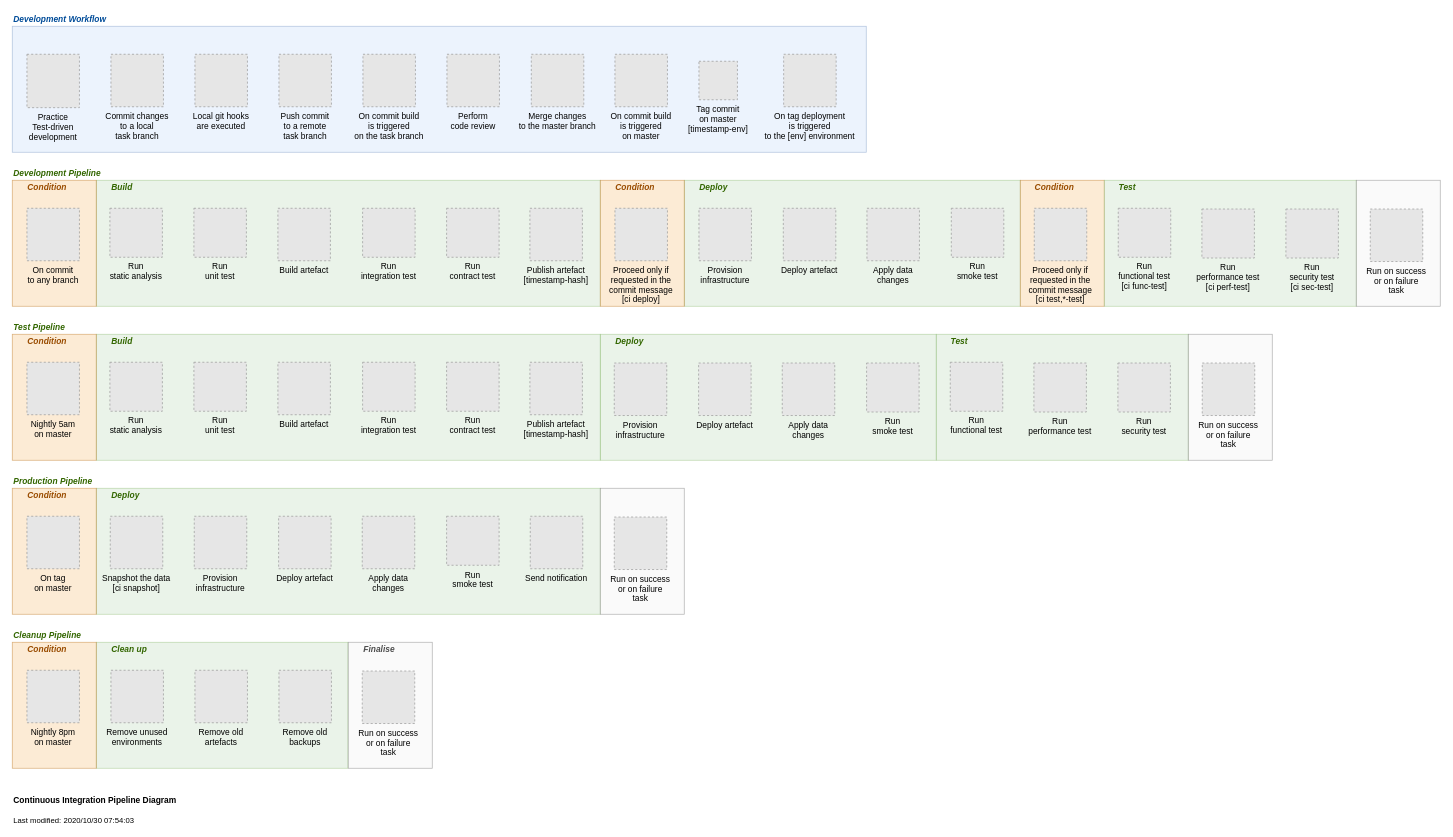
This is page "Pipelines" (1 of 2) of documentation/DevOps.drawio from nhs-england-tools/make-devops, a draw.io file, before an edit. Source tidied: cells renumbered, new cells numbered last; positions are measured from the earlier drawing's top-left corner, leaving out a move shared by most shapes. Both pictures are drawn from the tidied source at 70%, with x=0, y=0 at pixel (12, 12). Pictures stored in the file or linked from it are replaced by grey dashed boxes.
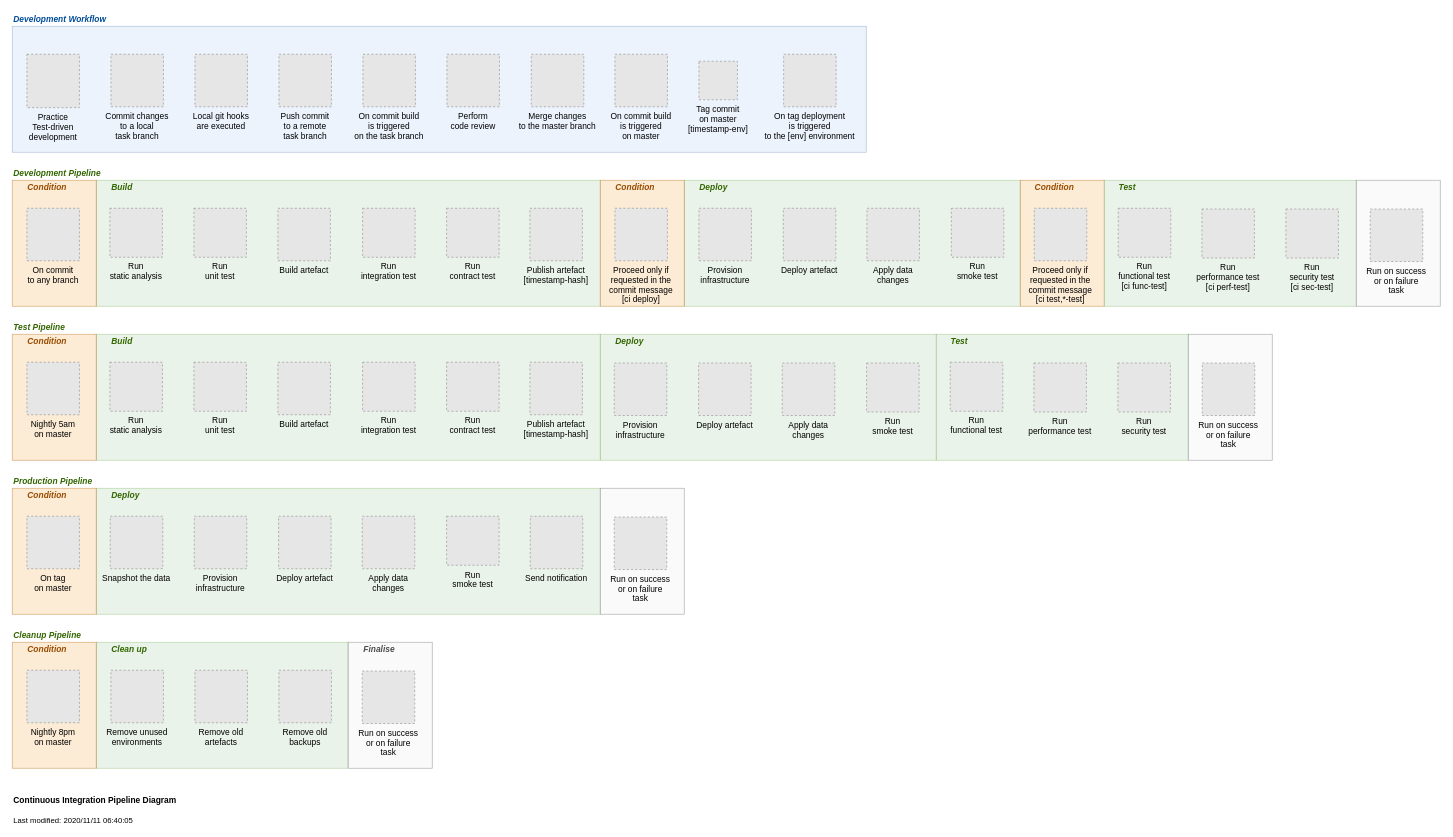
After the change.

What changed in the source:
```diff
@@
-    <mxCell id="22" value="Snapshot the data&#10;[ci snapshot]" style="fillColor=#E6E6E6;strokeColor=#999999;dashed=1;verticalLabelPosition=bottom;labelBackgroundColor=none;verticalAlign=top;" parent="1" vertex="1">
+    <mxCell id="22" value="Snapshot the data" style="fillColor=#E6E6E6;strokeColor=#999999;dashed=1;verticalLabelPosition=bottom;labelBackgroundColor=none;verticalAlign=top;" parent="1" vertex="1">
       <mxGeometry x="140" y="720" width="75" height="75" as="geometry" />
     </mxCell>
@@
-    <mxCell id="83" value="&lt;b&gt;Continuous Integration Pipeline Diagram&lt;/b&gt;&lt;br style=&quot;font-size: 11px&quot;&gt;&lt;font style=&quot;font-size: 11px&quot;&gt;&lt;br&gt;&lt;font style=&quot;font-size: 11px&quot;&gt;Last modified: 2020/10/30 07:54:03&lt;/font&gt;&lt;/font&gt;" style="text;html=1;strokeColor=none;fillColor=none;align=left;verticalAlign=middle;whiteSpace=wrap;rounded=0;" parent="1" vertex="1">
+    <mxCell id="83" value="&lt;b&gt;Continuous Integration Pipeline Diagram&lt;/b&gt;&lt;br style=&quot;font-size: 11px&quot;&gt;&lt;font style=&quot;font-size: 11px&quot;&gt;&lt;br&gt;&lt;font style=&quot;font-size: 11px&quot;&gt;Last modified: 2020/11/11 06:40:05&lt;/font&gt;&lt;/font&gt;" style="text;html=1;strokeColor=none;fillColor=none;align=left;verticalAlign=middle;whiteSpace=wrap;rounded=0;" parent="1" vertex="1">
       <mxGeometry y="1120" width="420" height="40" as="geometry" />
     </mxCell>
```
